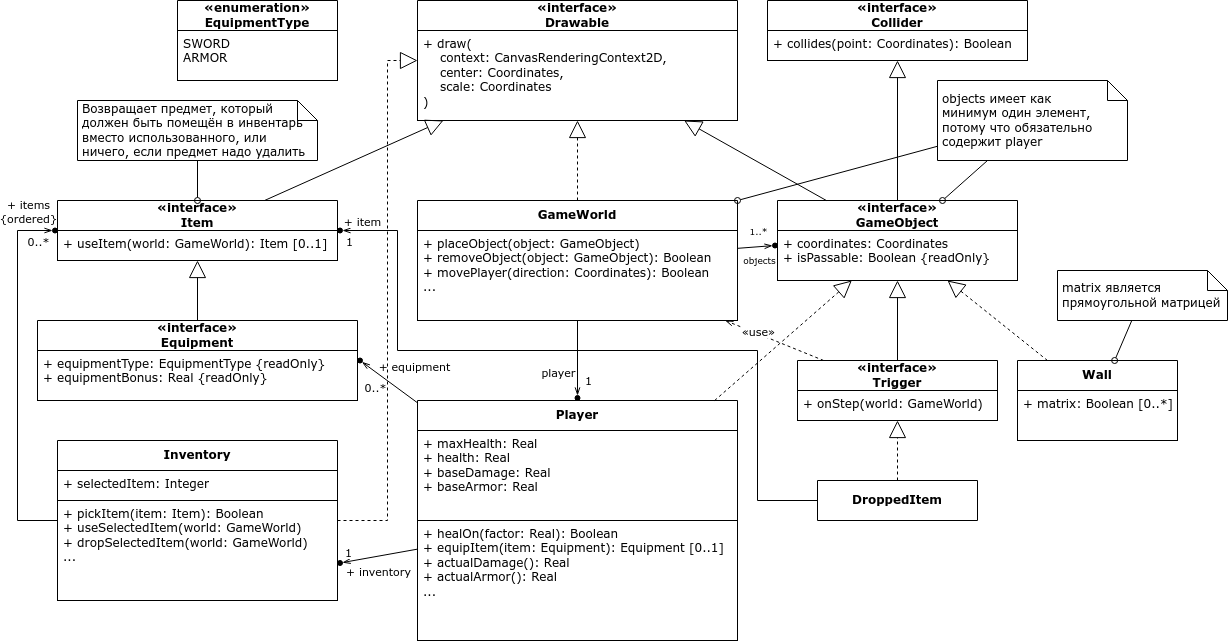
Before: uml/game_logic_classes.drawio.png, a diagram exported from draw.io (ProgMiner/Lab_SoftwareDevelopment). Source tidied: cells renumbered, new cells last; positions are measured from the earlier drawing's top-left corner, leaving out a move shared by most shapes.
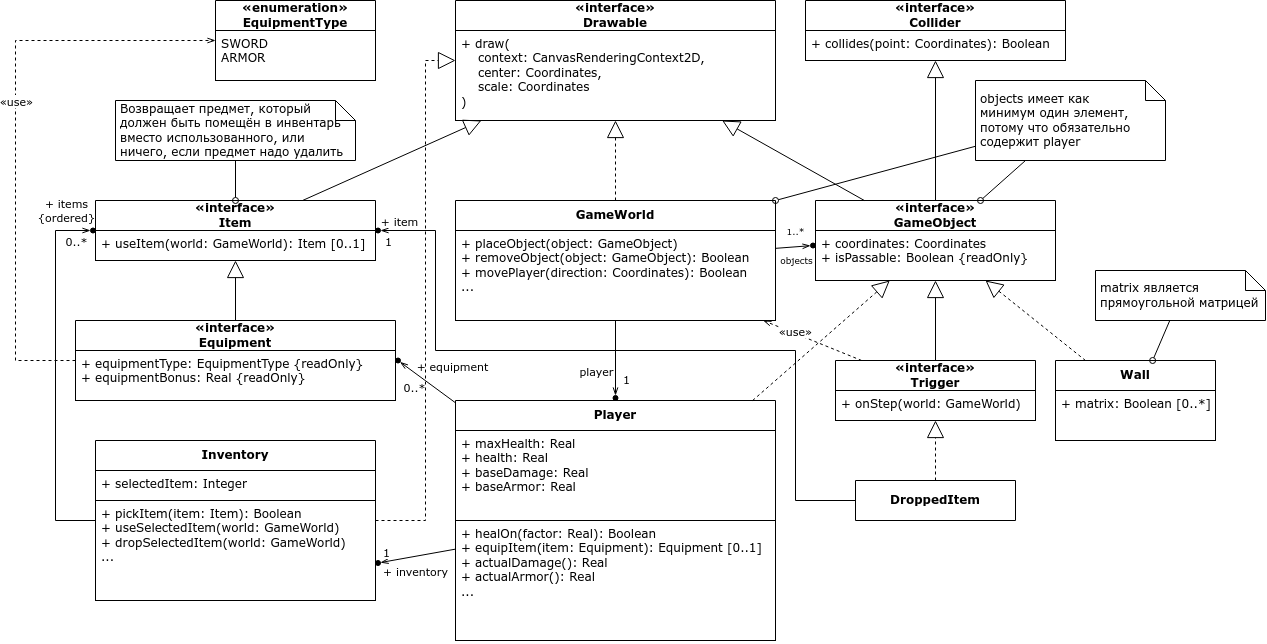
The same file after the commit.

Diff of the diagram source:
```diff
@@ -249,5 +249,18 @@
     <mxCell id="69" style="ellipse;whiteSpace=wrap;html=1;fillColor=#000000;" parent="1" vertex="1">
       <mxGeometry x="320" y="227.5" width="5" height="5" as="geometry" />
     </mxCell>
+    <mxCell id="70" style="endArrow=openThin;html=1;rounded=0;endFill=0;dashed=1;" parent="1" edge="1" source="38" target="40">
+      <mxGeometry relative="1" as="geometry">
+        <Array as="points">
+          <mxPoint x="-40" y="360" />
+          <mxPoint x="-40" y="40" />
+        </Array>
+      </mxGeometry>
+    </mxCell>
+    <mxCell id="71" value="«use»" style="edgeLabel;html=1;align=center;verticalAlign=middle;" parent="70" vertex="1">
+      <mxGeometry x="0.24" y="-1" relative="1" as="geometry">
+        <mxPoint x="-1" y="40" as="offset" />
+      </mxGeometry>
+    </mxCell>
   </root>
 </mxGraphModel>
```
